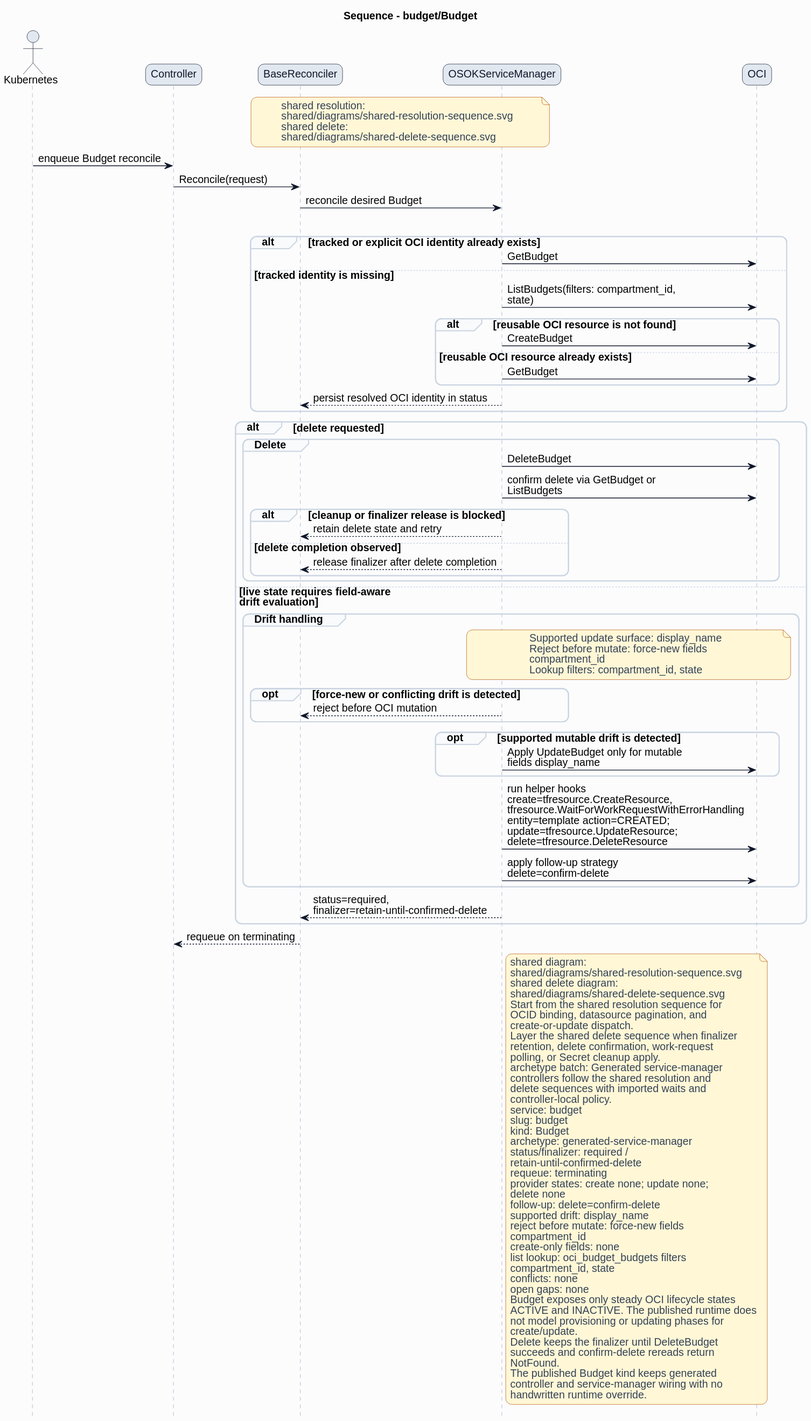
Above: formal/controllers/budget/budget/diagrams/sequence.svg in HaoyL666/oci-service-operator (PlantUML), before the change.
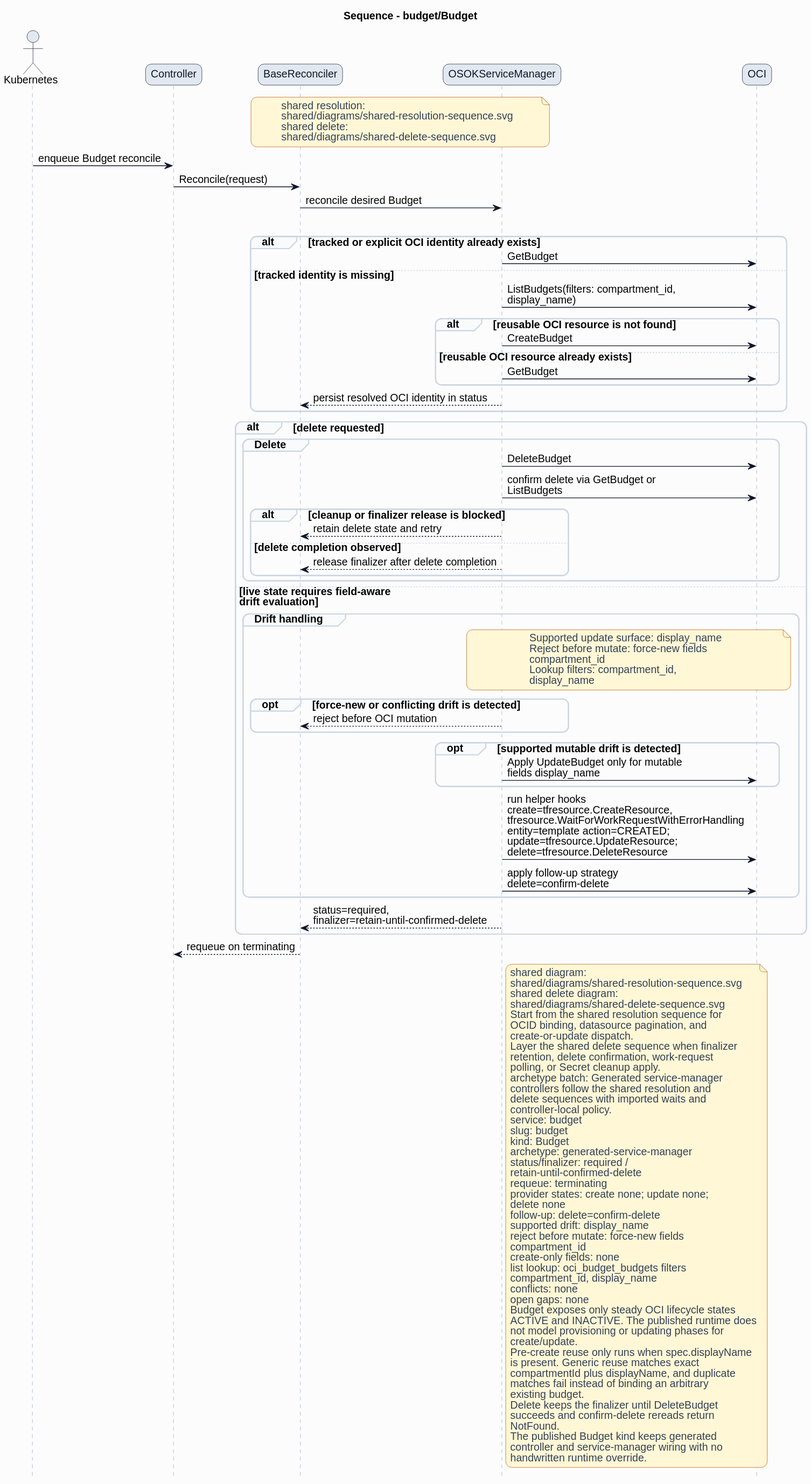
After the change.

The edit, as a diff of the source:
```diff
@@ -38,7 +38,7 @@
 alt tracked or explicit OCI identity already exists
 ServiceManager -> OCI: GetBudget
 else tracked identity is missing
-ServiceManager -> OCI: ListBudgets(filters: compartment_id,\nstate)
+ServiceManager -> OCI: ListBudgets(filters: compartment_id,\ndisplay_name)
 alt reusable OCI resource is not found
 ServiceManager -> OCI: CreateBudget
 else reusable OCI resource already exists
@@ -62,7 +62,8 @@
 Supported update surface: display_name
 Reject before mutate: force-new fields
 compartment_id
-Lookup filters: compartment_id, state
+Lookup filters: compartment_id,
+display_name
 end note
 opt force-new or conflicting drift is detected
 ServiceManager --> BaseReconciler: reject before OCI mutation
@@ -106,13 +107,18 @@
 compartment_id
 create-only fields: none
 list lookup: oci_budget_budgets filters
-compartment_id, state
+compartment_id, display_name
 conflicts: none
 open gaps: none
 Budget exposes only steady OCI lifecycle states
 ACTIVE and INACTIVE. The published runtime does
 not model provisioning or updating phases for
 create/update.
+Pre-create reuse only runs when spec.displayName
+is present. Generic reuse matches exact
+compartmentId plus displayName, and duplicate
+matches fail instead of binding an arbitrary
+existing budget.
 Delete keeps the finalizer until DeleteBudget
 succeeds and confirm-delete rereads return
 NotFound.
```
